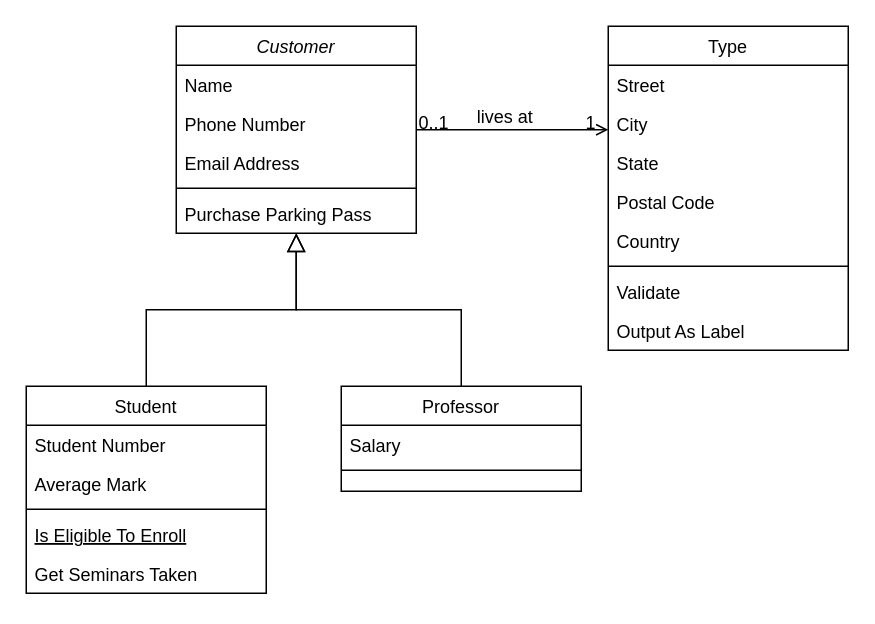
Above: Untitled Diagram.drawio in Kiee003/HotelManageSystem (draw.io), before the change. Source tidied: cells renumbered, new cells numbered last; positions are measured from the earlier drawing's top-left corner, leaving out a move shared by most shapes. Both pictures are drawn from the tidied source at 150%, with x=0, y=0 at pixel (26, 26).
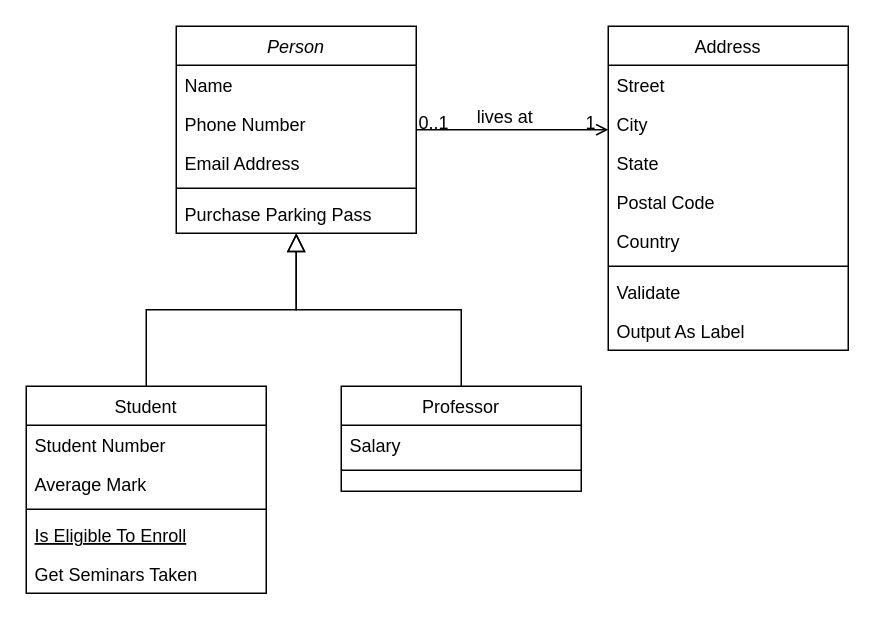
The same page after the edit.

Diff of the diagram source:
```diff
@@
-    <mxCell id="2" value="Customer" style="swimlane;fontStyle=2;align=center;verticalAlign=top;horizontal=1;startSize=26;rounded=0;shadow=0;strokeWidth=1;" parent="1" vertex="1">
+    <mxCell id="2" value="Person" style="swimlane;fontStyle=2;align=center;verticalAlign=top;horizontal=1;startSize=26;rounded=0;shadow=0;strokeWidth=1;" parent="1" vertex="1">
       <mxGeometry x="100" width="160" height="138" as="geometry" />
     </mxCell>
@@
-    <mxCell id="19" value="Type" style="swimlane;fontStyle=0;align=center;verticalAlign=top;horizontal=1;startSize=26;rounded=0;shadow=0;strokeWidth=1;" parent="1" vertex="1">
+    <mxCell id="19" value="Address" style="swimlane;fontStyle=0;align=center;verticalAlign=top;horizontal=1;startSize=26;rounded=0;shadow=0;strokeWidth=1;" parent="1" vertex="1">
       <mxGeometry x="388" width="160" height="216" as="geometry" />
     </mxCell>
```
